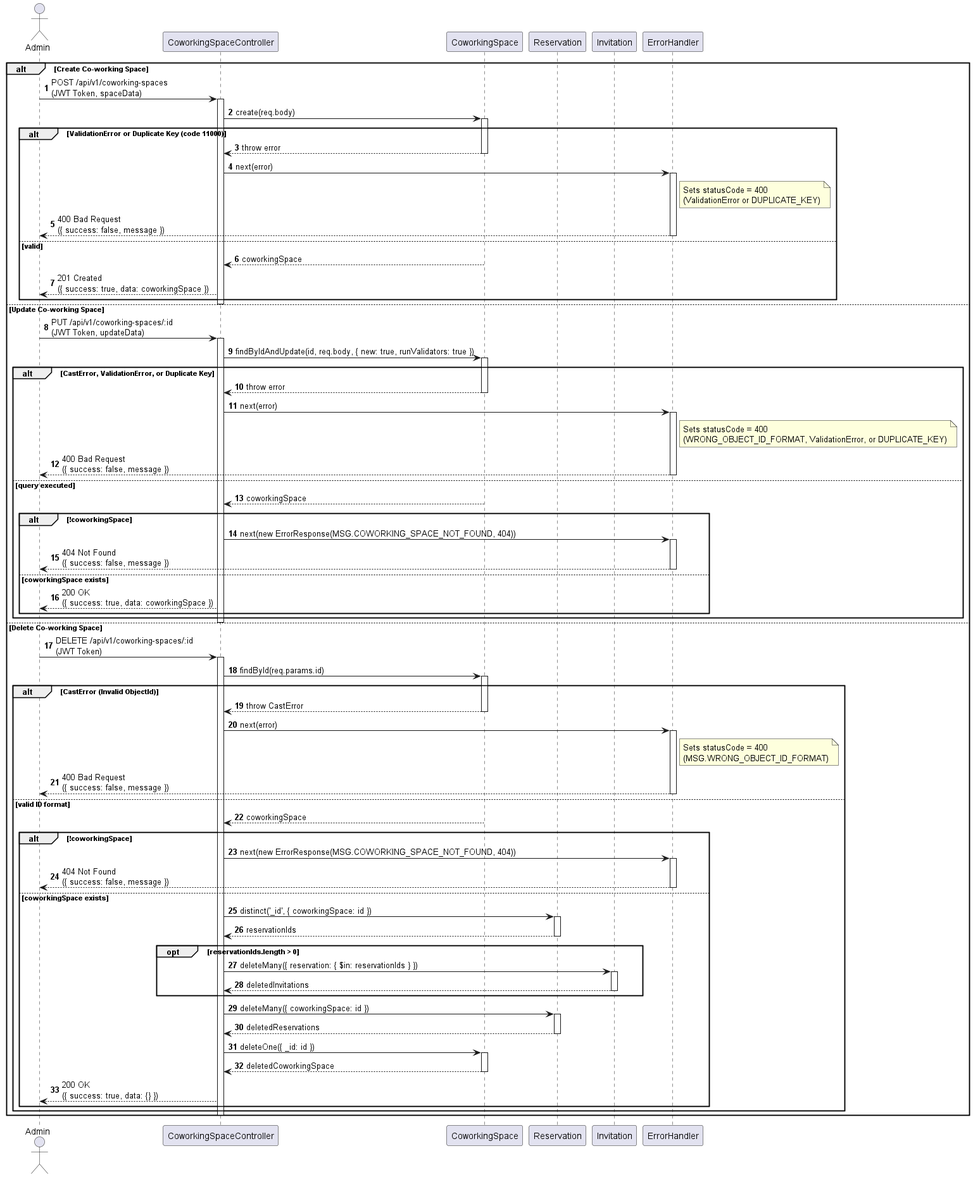
AiSiriRak/peony-room keeps this PlantUML diagram as docs/images/seq-manage-coworking-spaces.png. Above is the earlier version.
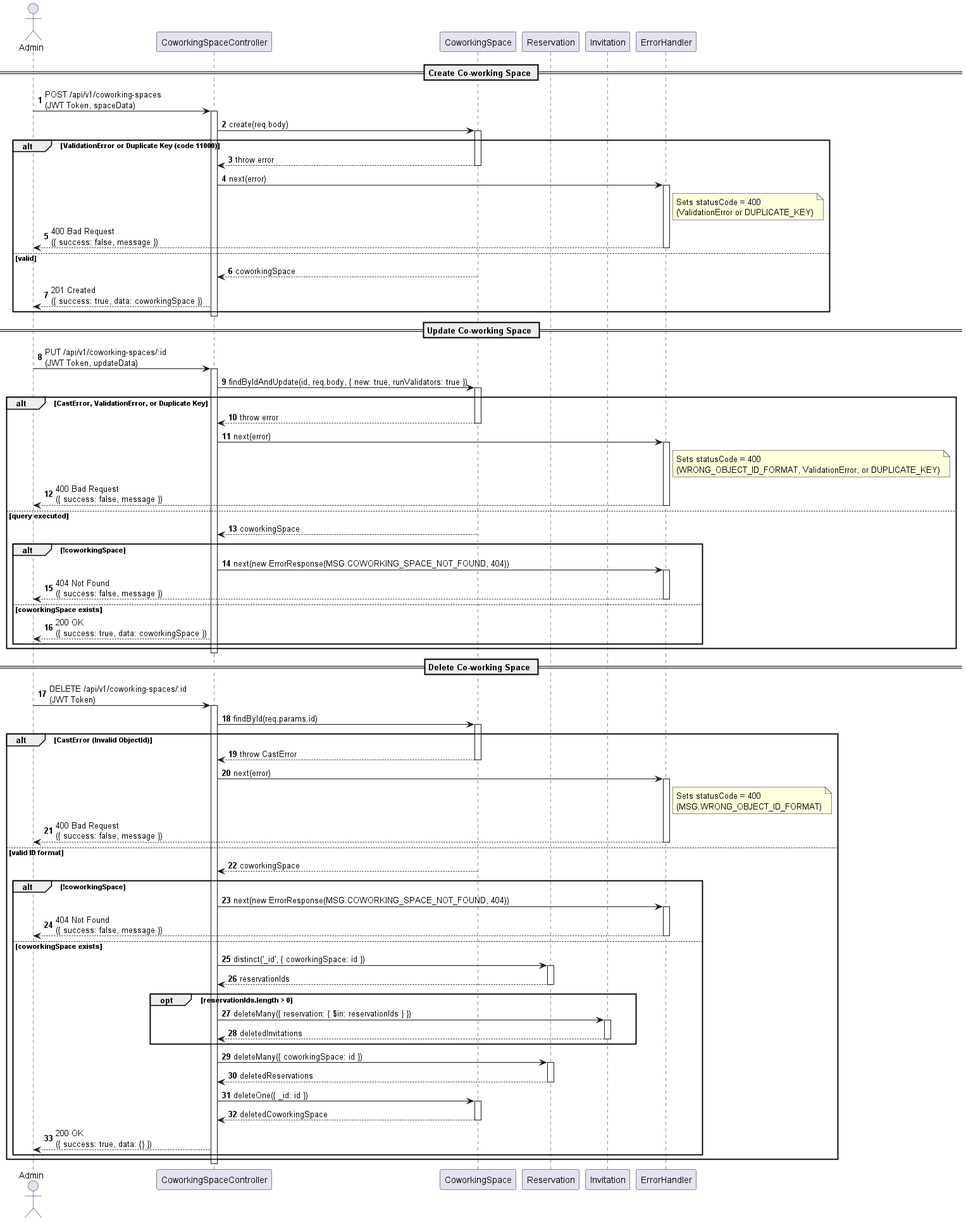
The same diagram one commit later.

Change to the diagram source:
```diff
@@ -8,111 +8,114 @@
 participant "Invitation" as invitationSchema
 participant "ErrorHandler" as errHandler
 
-alt Create Co-working Space
-    admin -> controller : POST /api/v1/coworking-spaces\n(JWT Token, spaceData)
-    activate controller
+== Create Co-working Space ==
 
-    controller -> spaceSchema : create(req.body)
-    activate spaceSchema
+admin -> controller : POST /api/v1/coworking-spaces\n(JWT Token, spaceData)
+activate controller
 
-    alt ValidationError or Duplicate Key (code 11000)
-        spaceSchema --> controller : throw error
-        deactivate spaceSchema
-        controller -> errHandler : next(error)
+controller -> spaceSchema : create(req.body)
+activate spaceSchema
+
+alt ValidationError or Duplicate Key (code 11000)
+    spaceSchema --> controller : throw error
+    deactivate spaceSchema
+    controller -> errHandler : next(error)
+    activate errHandler
+    note right of errHandler : Sets statusCode = 400\n(ValidationError or DUPLICATE_KEY)
+    errHandler --> admin : 400 Bad Request\n({ success: false, message })
+    deactivate errHandler
+else valid
+    spaceSchema --> controller : coworkingSpace
+    deactivate spaceSchema
+    controller --> admin : 201 Created\n({ success: true, data: coworkingSpace })
+end
+
+deactivate controller
+
+== Update Co-working Space ==
+
+admin -> controller : PUT /api/v1/coworking-spaces/:id\n(JWT Token, updateData)
+activate controller
+
+controller -> spaceSchema : findByIdAndUpdate(id, req.body, { new: true, runValidators: true })
+activate spaceSchema
+
+alt CastError, ValidationError, or Duplicate Key
+    spaceSchema --> controller : throw error
+    deactivate spaceSchema
+    controller -> errHandler : next(error)
+    activate errHandler
+    note right of errHandler : Sets statusCode = 400\n(WRONG_OBJECT_ID_FORMAT, ValidationError, or DUPLICATE_KEY)
+    errHandler --> admin : 400 Bad Request\n({ success: false, message })
+    deactivate errHandler
+else query executed
+    spaceSchema --> controller : coworkingSpace
+    deactivate spaceSchema
+
+    alt !coworkingSpace
+        controller -> errHandler : next(new ErrorResponse(MSG.COWORKING_SPACE_NOT_FOUND, 404))
         activate errHandler
-        note right of errHandler : Sets statusCode = 400\n(ValidationError or DUPLICATE_KEY)
-        errHandler --> admin : 400 Bad Request\n({ success: false, message })
+        errHandler --> admin : 404 Not Found\n({ success: false, message })
         deactivate errHandler
-    else valid
-        spaceSchema --> controller : coworkingSpace
-        deactivate spaceSchema
-        controller --> admin : 201 Created\n({ success: true, data: coworkingSpace })
+    else coworkingSpace exists
+        controller --> admin : 200 OK\n({ success: true, data: coworkingSpace })
     end
+end
 
-    deactivate controller
+deactivate controller
 
-else Update Co-working Space
-    admin -> controller : PUT /api/v1/coworking-spaces/:id\n(JWT Token, updateData)
-    activate controller
+== Delete Co-working Space ==
 
-    controller -> spaceSchema : findByIdAndUpdate(id, req.body, { new: true, runValidators: true })
-    activate spaceSchema
+admin -> controller : DELETE /api/v1/coworking-spaces/:id\n(JWT Token)
+activate controller
 
-    alt CastError, ValidationError, or Duplicate Key
-        spaceSchema --> controller : throw error
-        deactivate spaceSchema
-        controller -> errHandler : next(error)
+controller -> spaceSchema : findById(req.params.id)
+activate spaceSchema
+
+alt CastError (Invalid ObjectId)
+    spaceSchema --> controller : throw CastError
+    deactivate spaceSchema
+    controller -> errHandler : next(error)
+    activate errHandler
+    note right of errHandler : Sets statusCode = 400\n(MSG.WRONG_OBJECT_ID_FORMAT)
+    errHandler --> admin : 400 Bad Request\n({ success: false, message })
+    deactivate errHandler
+else valid ID format
+    spaceSchema --> controller : coworkingSpace
+    deactivate spaceSchema
+
+    alt !coworkingSpace
+        controller -> errHandler : next(new ErrorResponse(MSG.COWORKING_SPACE_NOT_FOUND, 404))
         activate errHandler
-        note right of errHandler : Sets statusCode = 400\n(WRONG_OBJECT_ID_FORMAT, ValidationError, or DUPLICATE_KEY)
-        errHandler --> admin : 400 Bad Request\n({ success: false, message })
+        errHandler --> admin : 404 Not Found\n({ success: false, message })
         deactivate errHandler
-    else query executed
-        spaceSchema --> controller : coworkingSpace
+    else coworkingSpace exists
+        controller -> reservationSchema : distinct('_id', { coworkingSpace: id })
+        activate reservationSchema
+        reservationSchema --> controller : reservationIds
+        deactivate reservationSchema
+
+        opt reservationIds.length > 0
+            controller -> invitationSchema : deleteMany({ reservation: { $in: reservationIds } })
+            activate invitationSchema
+            invitationSchema --> controller : deletedInvitations
+            deactivate invitationSchema
+        end
+
+        controller -> reservationSchema : deleteMany({ coworkingSpace: id })
+        activate reservationSchema
+        reservationSchema --> controller : deletedReservations
+        deactivate reservationSchema
+
+        controller -> spaceSchema : deleteOne({ _id: id })
+        activate spaceSchema
+        spaceSchema --> controller : deletedCoworkingSpace
         deactivate spaceSchema
 
-        alt !coworkingSpace
-            controller -> errHandler : next(new ErrorResponse(MSG.COWORKING_SPACE_NOT_FOUND, 404))
-            activate errHandler
-            errHandler --> admin : 404 Not Found\n({ success: false, message })
-            deactivate errHandler
-        else coworkingSpace exists
-            controller --> admin : 200 OK\n({ success: true, data: coworkingSpace })
-        end
+        controller --> admin : 200 OK\n({ success: true, data: {} })
     end
+end
 
-    deactivate controller
+deactivate controller
 
-else Delete Co-working Space
-    admin -> controller : DELETE /api/v1/coworking-spaces/:id\n(JWT Token)
-    activate controller
-
-    controller -> spaceSchema : findById(req.params.id)
-    activate spaceSchema
-
-    alt CastError (Invalid ObjectId)
-        spaceSchema --> controller : throw CastError
-        deactivate spaceSchema
-        controller -> errHandler : next(error)
-        activate errHandler
-        note right of errHandler : Sets statusCode = 400\n(MSG.WRONG_OBJECT_ID_FORMAT)
-        errHandler --> admin : 400 Bad Request\n({ success: false, message })
-        deactivate errHandler
-    else valid ID format
-        spaceSchema --> controller : coworkingSpace
-        deactivate spaceSchema
-
-        alt !coworkingSpace
-            controller -> errHandler : next(new ErrorResponse(MSG.COWORKING_SPACE_NOT_FOUND, 404))
-            activate errHandler
-            errHandler --> admin : 404 Not Found\n({ success: false, message })
-            deactivate errHandler
-        else coworkingSpace exists
-            controller -> reservationSchema : distinct('_id', { coworkingSpace: id })
-            activate reservationSchema
-            reservationSchema --> controller : reservationIds
-            deactivate reservationSchema
-
-            opt reservationIds.length > 0
-                controller -> invitationSchema : deleteMany({ reservation: { $in: reservationIds } })
-                activate invitationSchema
-                invitationSchema --> controller : deletedInvitations
-                deactivate invitationSchema
-            end
-
-            controller -> reservationSchema : deleteMany({ coworkingSpace: id })
-            activate reservationSchema
-            reservationSchema --> controller : deletedReservations
-            deactivate reservationSchema
-
-            controller -> spaceSchema : deleteOne({ _id: id })
-            activate spaceSchema
-            spaceSchema --> controller : deletedCoworkingSpace
-            deactivate spaceSchema
-
-            controller --> admin : 200 OK\n({ success: true, data: {} })
-        end
-    end
-
-    deactivate controller
-end
 @enduml
```
